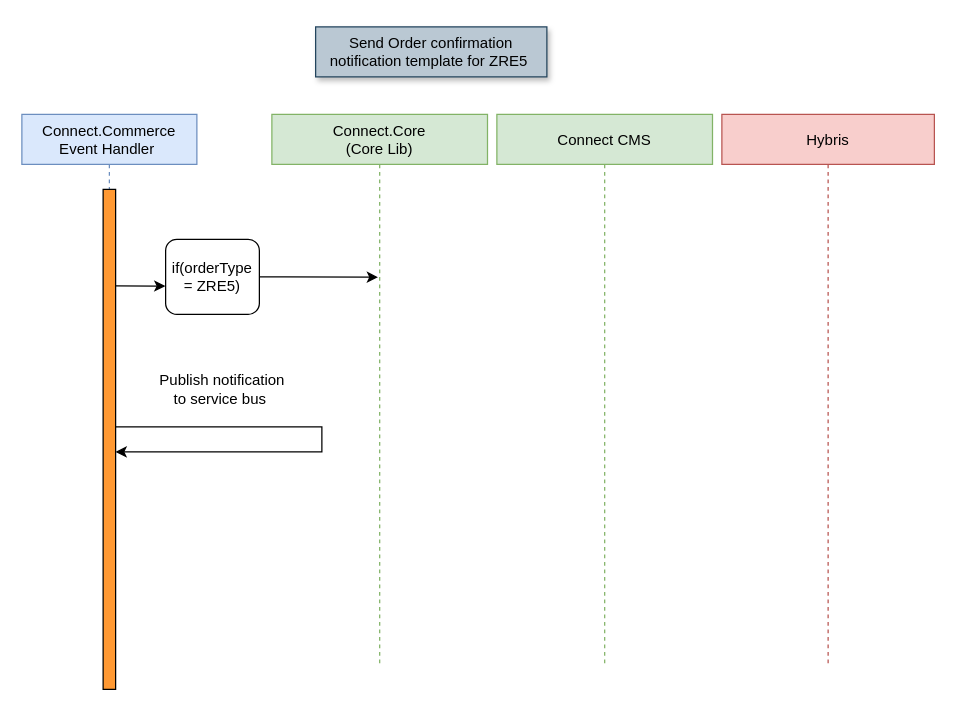
This is Untitled Diagram.drawio from MrMetalAddict/Retail-Mon, a draw.io file, before an edit. Source tidied: cells renumbered, new cells numbered last; positions are measured from the earlier drawing's top-left corner, leaving out a move shared by most shapes. Both pictures are drawn from the tidied source at 125%, with x=0, y=0 at pixel (21, 26).
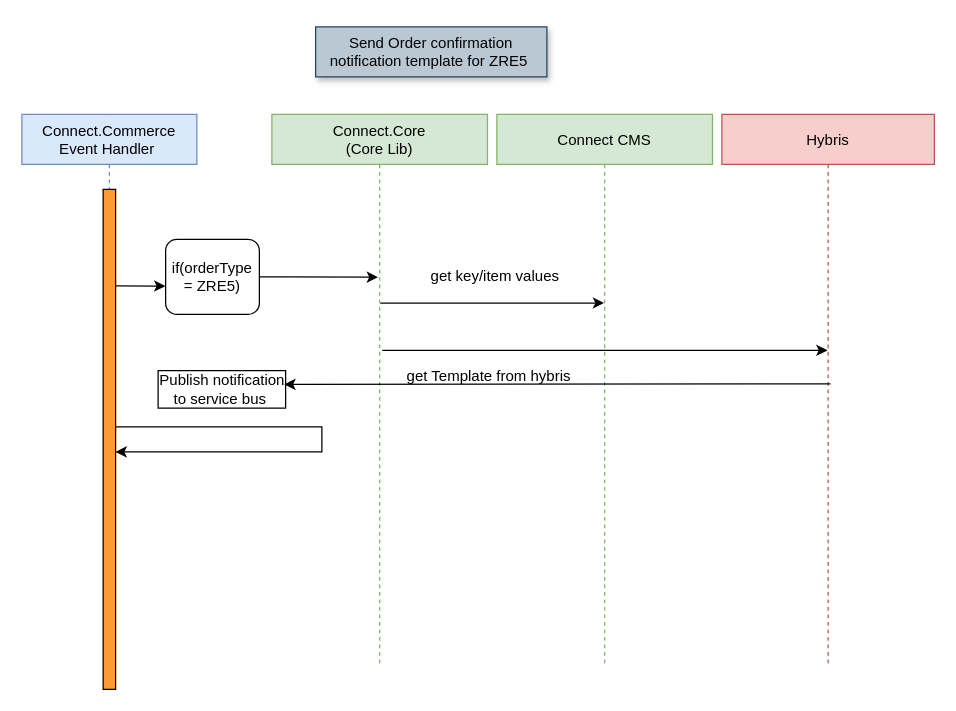
After the change.

Diff of the diagram source:
```diff
@@
 <mxGraphModel>
   <root>
     <mxCell id="0" />
     <mxCell id="1" parent="0" />
     <mxCell id="2" value="Connect.Commerce&#10;Event Handler " style="shape=umlLifeline;perimeter=lifelinePerimeter;rounded=0;shadow=0;strokeWidth=1;fillColor=#dae8fc;strokeColor=#6c8ebf;" parent="1" vertex="1">
       <mxGeometry y="70" width="140" height="440" as="geometry" />
     </mxCell>
     <mxCell id="3" style="points=[];perimeter=orthogonalPerimeter;rounded=0;shadow=0;strokeWidth=1;fillColor=#FF9933;" parent="2" vertex="1">
       <mxGeometry x="65" y="60" width="10" height="400" as="geometry" />
     </mxCell>
     <mxCell id="4" style="edgeStyle=orthogonalEdgeStyle;rounded=0;orthogonalLoop=1;jettySize=auto;html=1;" parent="2" edge="1" source="3" target="3">
       <mxGeometry relative="1" as="geometry">
         <Array as="points">
           <mxPoint x="240" y="260" />
         </Array>
       </mxGeometry>
     </mxCell>
     <mxCell id="5" value="Connect.Core &#10;(Core Lib)" style="shape=umlLifeline;perimeter=lifelinePerimeter;rounded=0;shadow=0;strokeWidth=1;fillColor=#d5e8d4;strokeColor=#82b366;" parent="1" vertex="1">
       <mxGeometry x="200" y="70" width="172.5" height="440" as="geometry" />
     </mxCell>
     <mxCell id="6" value="Send Order confirmation notification template for ZRE5&amp;nbsp;" style="text;html=1;align=center;verticalAlign=middle;whiteSpace=wrap;rounded=0;shadow=1;fillColor=#bac8d3;strokeColor=#23445d;" parent="1" vertex="1">
       <mxGeometry x="235" width="185" height="40" as="geometry" />
     </mxCell>
     <mxCell id="7" value="Hybris" style="shape=umlLifeline;perimeter=lifelinePerimeter;rounded=0;shadow=0;strokeWidth=1;fillColor=#f8cecc;strokeColor=#b85450;" parent="1" vertex="1">
       <mxGeometry x="560" y="70" width="170" height="440" as="geometry" />
     </mxCell>
     <mxCell id="8" style="edgeStyle=orthogonalEdgeStyle;rounded=0;jettySize=auto;html=1;entryX=0.492;entryY=0.296;entryDx=0;entryDy=0;entryPerimeter=0;" parent="1" edge="1" source="9" target="5">
       <mxGeometry relative="1" as="geometry" />
     </mxCell>
     <mxCell id="9" value="if(orderType = ZRE5)" style="rounded=1;whiteSpace=wrap;html=1;" parent="1" vertex="1">
       <mxGeometry x="115" y="170" width="75" height="60" as="geometry" />
     </mxCell>
     <mxCell id="10" style="endArrow=classic;html=1;exitX=0.98;exitY=0.193;exitDx=0;exitDy=0;exitPerimeter=0;entryX=-0.003;entryY=0.623;entryDx=0;entryDy=0;entryPerimeter=0;" parent="1" edge="1" source="3" target="9">
       <mxGeometry relative="1" as="geometry" />
     </mxCell>
     <mxCell id="11" value="Connect CMS" style="shape=umlLifeline;perimeter=lifelinePerimeter;rounded=0;shadow=0;strokeWidth=1;fillColor=#d5e8d4;strokeColor=#82b366;" parent="1" vertex="1">
       <mxGeometry x="380" y="70" width="172.5" height="440" as="geometry" />
     </mxCell>
-    <mxCell id="12" value="Publish notification &lt;br&gt;to service bus&amp;nbsp;" style="text;html=1;align=center;verticalAlign=middle;" parent="1" vertex="1">
+    <mxCell id="12" value="Publish notification &lt;br&gt;to service bus&amp;nbsp;" style="text;html=1;align=center;verticalAlign=middle;labelBorderColor=#000000;" parent="1" vertex="1">
       <mxGeometry x="100" y="275" width="120" height="30" as="geometry" />
     </mxCell>
+    <mxCell id="13" style="endArrow=classic;html=1;exitX=0.512;exitY=0.429;exitDx=0;exitDy=0;exitPerimeter=0;" parent="1" edge="1" source="5" target="7">
+      <mxGeometry relative="1" as="geometry" />
+    </mxCell>
+    <mxCell id="14" style="endArrow=classic;html=1;exitX=0.511;exitY=0.49;exitDx=0;exitDy=0;exitPerimeter=0;" parent="1" edge="1" source="7">
+      <mxGeometry relative="1" as="geometry">
+        <mxPoint x="210" y="286" as="targetPoint" />
+      </mxGeometry>
+    </mxCell>
+    <mxCell id="15" value="get Template from hybris&amp;nbsp;" style="text;html=1;align=center;verticalAlign=middle;" parent="1" vertex="1">
+      <mxGeometry x="300" y="270" width="150" height="20" as="geometry" />
+    </mxCell>
+    <mxCell id="16" style="endArrow=classic;html=1;exitX=0.503;exitY=0.343;exitDx=0;exitDy=0;exitPerimeter=0;" parent="1" edge="1" source="5" target="11">
+      <mxGeometry relative="1" as="geometry" />
+    </mxCell>
+    <mxCell id="17" value="get key/item values&amp;nbsp;" style="text;html=1;align=center;verticalAlign=middle;" parent="1" vertex="1">
+      <mxGeometry x="320" y="190" width="120" height="20" as="geometry" />
+    </mxCell>
   </root>
 </mxGraphModel>
```
